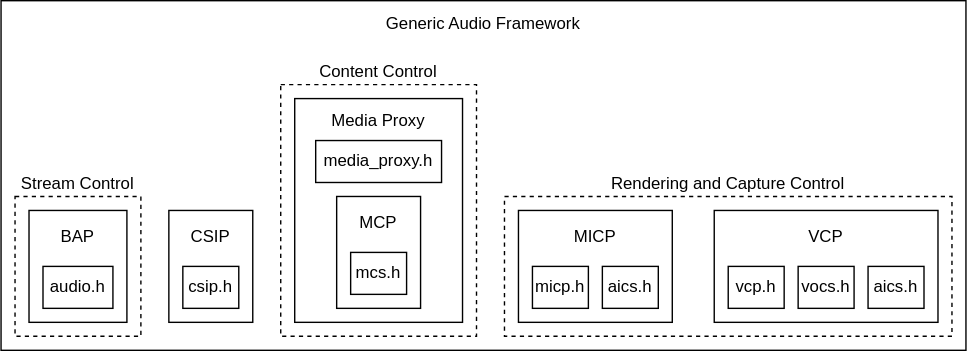
The draw.io diagram doc/connectivity/bluetooth/img/zephyr_gaf.svg in phytec/zephyr-phytec, before a commit. Source tidied: cells renumbered, new cells last; positions are measured from the earlier drawing's top-left corner, leaving out a move shared by most shapes. The source it was exported from:
```xml
<mxGraphModel>
  <root>
    <mxCell id="0" />
    <mxCell id="1" parent="0" />
    <mxCell id="2" value="Generic Audio Framework&lt;br&gt;&lt;br&gt;&lt;br&gt;&lt;br&gt;&lt;br&gt;&lt;br&gt;&lt;br&gt;&lt;br&gt;&lt;br&gt;&lt;br&gt;&lt;br&gt;&lt;br&gt;&lt;br&gt;&lt;br&gt;&lt;br&gt;&lt;br&gt;" style="rounded=0;whiteSpace=wrap;html=1;labelPosition=center;verticalLabelPosition=middle;align=center;verticalAlign=middle;fillColor=default;" parent="1" vertex="1">
      <mxGeometry width="690" height="250" as="geometry" />
    </mxCell>
    <mxCell id="3" value="Content Control" style="rounded=0;whiteSpace=wrap;html=1;labelPosition=center;verticalLabelPosition=top;align=center;verticalAlign=bottom;dashed=1;fillColor=none;" parent="1" vertex="1">
      <mxGeometry x="200" y="60" width="140" height="180" as="geometry" />
    </mxCell>
    <mxCell id="4" value="Media Proxy&lt;br&gt;&lt;br&gt;&lt;br&gt;&lt;br&gt;&lt;br&gt;&amp;nbsp;&lt;br&gt;&lt;br&gt;&lt;br&gt;&lt;br&gt;&amp;nbsp;" style="rounded=0;whiteSpace=wrap;html=1;" parent="1" vertex="1">
      <mxGeometry x="210" y="70" width="120" height="160" as="geometry" />
    </mxCell>
    <mxCell id="5" value="Stream Control" style="rounded=0;whiteSpace=wrap;html=1;labelPosition=center;verticalLabelPosition=top;align=center;verticalAlign=bottom;dashed=1;fillColor=none;" parent="1" vertex="1">
      <mxGeometry x="10" y="140" width="90" height="100" as="geometry" />
    </mxCell>
    <mxCell id="6" value="Rendering and Capture Control" style="rounded=0;whiteSpace=wrap;html=1;labelPosition=center;verticalLabelPosition=top;align=center;verticalAlign=bottom;dashed=1;fillColor=none;" parent="1" vertex="1">
      <mxGeometry x="360" y="140" width="320" height="100" as="geometry" />
    </mxCell>
    <mxCell id="7" value="BAP&lt;br&gt;&lt;br&gt;&lt;br&gt;&lt;br&gt;" style="rounded=0;whiteSpace=wrap;html=1;" parent="1" vertex="1">
      <mxGeometry x="20" y="150" width="70" height="80" as="geometry" />
    </mxCell>
    <mxCell id="8" value="audio.h" style="rounded=0;whiteSpace=wrap;html=1;" parent="1" vertex="1">
      <mxGeometry x="30" y="190" width="50" height="30" as="geometry" />
    </mxCell>
    <mxCell id="9" value="MCP&lt;br&gt;&lt;br&gt;&lt;br&gt;&amp;nbsp;" style="rounded=0;whiteSpace=wrap;html=1;" parent="1" vertex="1">
      <mxGeometry x="240" y="140" width="60" height="80" as="geometry" />
    </mxCell>
    <mxCell id="10" value="mcs.h" style="rounded=0;whiteSpace=wrap;html=1;" parent="1" vertex="1">
      <mxGeometry x="250" y="180" width="40" height="30" as="geometry" />
    </mxCell>
    <mxCell id="11" value="CSIP&lt;br&gt;&lt;br&gt;&lt;br&gt;&amp;nbsp;" style="rounded=0;whiteSpace=wrap;html=1;" parent="1" vertex="1">
      <mxGeometry x="120" y="150" width="60" height="80" as="geometry" />
    </mxCell>
    <mxCell id="12" value="csis.h" style="rounded=0;whiteSpace=wrap;html=1;" parent="1" vertex="1">
      <mxGeometry x="130" y="190" width="40" height="30" as="geometry" />
    </mxCell>
    <mxCell id="13" value="MICP&lt;br&gt;&lt;br&gt;&lt;br&gt;&amp;nbsp;" style="rounded=0;whiteSpace=wrap;html=1;" parent="1" vertex="1">
      <mxGeometry x="370" y="150" width="110" height="80" as="geometry" />
    </mxCell>
    <mxCell id="14" value="mics.h" style="rounded=0;whiteSpace=wrap;html=1;" parent="1" vertex="1">
      <mxGeometry x="380" y="190" width="40" height="30" as="geometry" />
    </mxCell>
    <mxCell id="15" value="VCP&lt;br&gt;&lt;br&gt;&lt;br&gt;&amp;nbsp;" style="rounded=0;whiteSpace=wrap;html=1;" parent="1" vertex="1">
      <mxGeometry x="510" y="150" width="160" height="80" as="geometry" />
    </mxCell>
    <mxCell id="16" value="vcs.h" style="rounded=0;whiteSpace=wrap;html=1;" parent="1" vertex="1">
      <mxGeometry x="520" y="190" width="40" height="30" as="geometry" />
    </mxCell>
    <mxCell id="17" value="vocs.h" style="rounded=0;whiteSpace=wrap;html=1;" parent="1" vertex="1">
      <mxGeometry x="570" y="190" width="40" height="30" as="geometry" />
    </mxCell>
    <mxCell id="18" value="aics.h" style="rounded=0;whiteSpace=wrap;html=1;" parent="1" vertex="1">
      <mxGeometry x="620" y="190" width="40" height="30" as="geometry" />
    </mxCell>
    <mxCell id="19" value="aics.h" style="rounded=0;whiteSpace=wrap;html=1;" parent="1" vertex="1">
      <mxGeometry x="430" y="190" width="40" height="30" as="geometry" />
    </mxCell>
    <mxCell id="20" value="media_proxy.h" style="rounded=0;whiteSpace=wrap;html=1;" parent="1" vertex="1">
      <mxGeometry x="225" y="100" width="90" height="30" as="geometry" />
    </mxCell>
  </root>
</mxGraphModel>
```
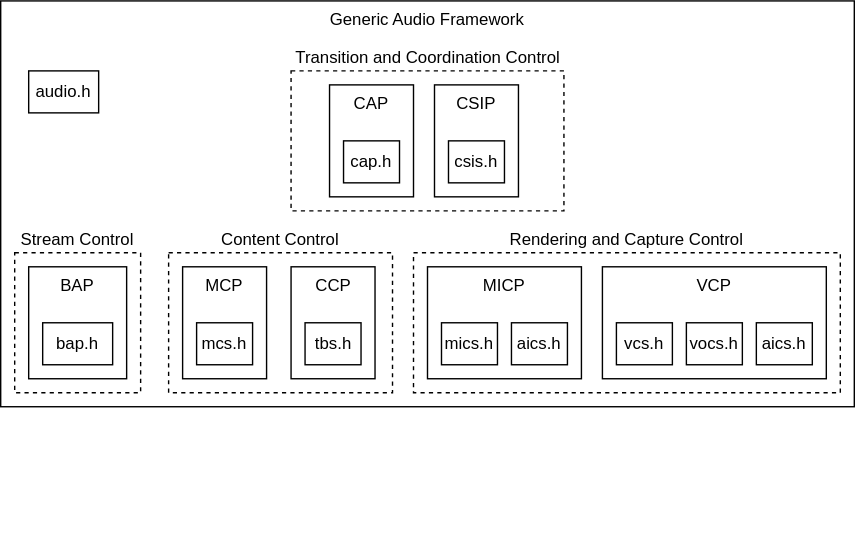
Above is the later version.

What changed in the source:
```diff
@@ -2,46 +2,37 @@
   <root>
     <mxCell id="0" />
     <mxCell id="1" parent="0" />
-    <mxCell id="2" value="Generic Audio Framework&lt;br&gt;&lt;br&gt;&lt;br&gt;&lt;br&gt;&lt;br&gt;&lt;br&gt;&lt;br&gt;&lt;br&gt;&lt;br&gt;&lt;br&gt;&lt;br&gt;&lt;br&gt;&lt;br&gt;&lt;br&gt;&lt;br&gt;&lt;br&gt;" style="rounded=0;whiteSpace=wrap;html=1;labelPosition=center;verticalLabelPosition=middle;align=center;verticalAlign=middle;fillColor=default;" parent="1" vertex="1">
-      <mxGeometry width="690" height="250" as="geometry" />
+    <mxCell id="2" value="Generic Audio Framework&lt;br&gt;&lt;br&gt;&lt;br&gt;&lt;br&gt;&lt;br&gt;&lt;br&gt;&lt;br&gt;&lt;br&gt;&lt;br&gt;&lt;br&gt;&lt;br&gt;&lt;br&gt;&lt;br&gt;&lt;br&gt;&lt;br&gt;&lt;br&gt;&lt;br&gt;&lt;br&gt;&lt;br&gt;&lt;br&gt;&lt;br&gt;&lt;br&gt;&lt;br&gt;&lt;br&gt;&lt;br&gt;&lt;br&gt;" style="rounded=0;whiteSpace=wrap;html=1;labelPosition=center;verticalLabelPosition=middle;align=center;verticalAlign=top;fillColor=default;" parent="1" vertex="1">
+      <mxGeometry x="80" y="-40" width="610" height="290" as="geometry" />
     </mxCell>
     <mxCell id="3" value="Content Control" style="rounded=0;whiteSpace=wrap;html=1;labelPosition=center;verticalLabelPosition=top;align=center;verticalAlign=bottom;dashed=1;fillColor=none;" parent="1" vertex="1">
-      <mxGeometry x="200" y="60" width="140" height="180" as="geometry" />
+      <mxGeometry x="200" y="140" width="160" height="100" as="geometry" />
     </mxCell>
-    <mxCell id="4" value="Media Proxy&lt;br&gt;&lt;br&gt;&lt;br&gt;&lt;br&gt;&lt;br&gt;&amp;nbsp;&lt;br&gt;&lt;br&gt;&lt;br&gt;&lt;br&gt;&amp;nbsp;" style="rounded=0;whiteSpace=wrap;html=1;" parent="1" vertex="1">
-      <mxGeometry x="210" y="70" width="120" height="160" as="geometry" />
-    </mxCell>
     <mxCell id="5" value="Stream Control" style="rounded=0;whiteSpace=wrap;html=1;labelPosition=center;verticalLabelPosition=top;align=center;verticalAlign=bottom;dashed=1;fillColor=none;" parent="1" vertex="1">
-      <mxGeometry x="10" y="140" width="90" height="100" as="geometry" />
+      <mxGeometry x="90" y="140" width="90" height="100" as="geometry" />
     </mxCell>
     <mxCell id="6" value="Rendering and Capture Control" style="rounded=0;whiteSpace=wrap;html=1;labelPosition=center;verticalLabelPosition=top;align=center;verticalAlign=bottom;dashed=1;fillColor=none;" parent="1" vertex="1">
-      <mxGeometry x="360" y="140" width="320" height="100" as="geometry" />
+      <mxGeometry x="375" y="140" width="305" height="100" as="geometry" />
     </mxCell>
-    <mxCell id="7" value="BAP&lt;br&gt;&lt;br&gt;&lt;br&gt;&lt;br&gt;" style="rounded=0;whiteSpace=wrap;html=1;" parent="1" vertex="1">
-      <mxGeometry x="20" y="150" width="70" height="80" as="geometry" />
+    <mxCell id="7" value="BAP&lt;br&gt;&lt;br&gt;&lt;br&gt;&lt;br&gt;" style="rounded=0;whiteSpace=wrap;html=1;verticalAlign=top;" parent="1" vertex="1">
+      <mxGeometry x="100" y="150" width="70" height="80" as="geometry" />
     </mxCell>
-    <mxCell id="8" value="audio.h" style="rounded=0;whiteSpace=wrap;html=1;" parent="1" vertex="1">
-      <mxGeometry x="30" y="190" width="50" height="30" as="geometry" />
+    <mxCell id="8" value="bap.h" style="rounded=0;whiteSpace=wrap;html=1;" parent="1" vertex="1">
+      <mxGeometry x="110" y="190" width="50" height="30" as="geometry" />
     </mxCell>
-    <mxCell id="9" value="MCP&lt;br&gt;&lt;br&gt;&lt;br&gt;&amp;nbsp;" style="rounded=0;whiteSpace=wrap;html=1;" parent="1" vertex="1">
-      <mxGeometry x="240" y="140" width="60" height="80" as="geometry" />
+    <mxCell id="9" value="MCP&lt;br&gt;&lt;br&gt;&lt;br&gt;&amp;nbsp;" style="rounded=0;whiteSpace=wrap;html=1;verticalAlign=top;" parent="1" vertex="1">
+      <mxGeometry x="210" y="150" width="60" height="80" as="geometry" />
     </mxCell>
     <mxCell id="10" value="mcs.h" style="rounded=0;whiteSpace=wrap;html=1;" parent="1" vertex="1">
-      <mxGeometry x="250" y="180" width="40" height="30" as="geometry" />
+      <mxGeometry x="220" y="190" width="40" height="30" as="geometry" />
     </mxCell>
-    <mxCell id="11" value="CSIP&lt;br&gt;&lt;br&gt;&lt;br&gt;&amp;nbsp;" style="rounded=0;whiteSpace=wrap;html=1;" parent="1" vertex="1">
-      <mxGeometry x="120" y="150" width="60" height="80" as="geometry" />
-    </mxCell>
-    <mxCell id="12" value="csis.h" style="rounded=0;whiteSpace=wrap;html=1;" parent="1" vertex="1">
-      <mxGeometry x="130" y="190" width="40" height="30" as="geometry" />
-    </mxCell>
-    <mxCell id="13" value="MICP&lt;br&gt;&lt;br&gt;&lt;br&gt;&amp;nbsp;" style="rounded=0;whiteSpace=wrap;html=1;" parent="1" vertex="1">
-      <mxGeometry x="370" y="150" width="110" height="80" as="geometry" />
+    <mxCell id="13" value="MICP&lt;br&gt;&lt;br&gt;&lt;br&gt;&amp;nbsp;" style="rounded=0;whiteSpace=wrap;html=1;verticalAlign=top;" parent="1" vertex="1">
+      <mxGeometry x="385" y="150" width="110" height="80" as="geometry" />
     </mxCell>
     <mxCell id="14" value="mics.h" style="rounded=0;whiteSpace=wrap;html=1;" parent="1" vertex="1">
-      <mxGeometry x="380" y="190" width="40" height="30" as="geometry" />
+      <mxGeometry x="395" y="190" width="40" height="30" as="geometry" />
     </mxCell>
-    <mxCell id="15" value="VCP&lt;br&gt;&lt;br&gt;&lt;br&gt;&amp;nbsp;" style="rounded=0;whiteSpace=wrap;html=1;" parent="1" vertex="1">
+    <mxCell id="15" value="VCP&lt;br&gt;&lt;br&gt;&lt;br&gt;&amp;nbsp;" style="rounded=0;whiteSpace=wrap;html=1;verticalAlign=top;" parent="1" vertex="1">
       <mxGeometry x="510" y="150" width="160" height="80" as="geometry" />
     </mxCell>
     <mxCell id="16" value="vcs.h" style="rounded=0;whiteSpace=wrap;html=1;" parent="1" vertex="1">
@@ -54,10 +45,31 @@
       <mxGeometry x="620" y="190" width="40" height="30" as="geometry" />
     </mxCell>
     <mxCell id="19" value="aics.h" style="rounded=0;whiteSpace=wrap;html=1;" parent="1" vertex="1">
-      <mxGeometry x="430" y="190" width="40" height="30" as="geometry" />
+      <mxGeometry x="445" y="190" width="40" height="30" as="geometry" />
     </mxCell>
-    <mxCell id="20" value="media_proxy.h" style="rounded=0;whiteSpace=wrap;html=1;" parent="1" vertex="1">
-      <mxGeometry x="225" y="100" width="90" height="30" as="geometry" />
-    </mxCell>
+    <mxCell id="21" value="Transition and Coordination Control" style="rounded=0;whiteSpace=wrap;html=1;labelPosition=center;verticalLabelPosition=top;align=center;verticalAlign=bottom;dashed=1;fillColor=none;" parent="1" vertex="1">
+      <mxGeometry x="287.5" y="10" width="195" height="100" as="geometry" />
+    </mxCell>
+    <mxCell id="22" value="CAP" style="rounded=0;whiteSpace=wrap;html=1;verticalAlign=top;" parent="1" vertex="1">
+      <mxGeometry x="315" y="20" width="60" height="80" as="geometry" />
+    </mxCell>
+    <mxCell id="23" value="cap.h" style="rounded=0;whiteSpace=wrap;html=1;" parent="1" vertex="1">
+      <mxGeometry x="325" y="60" width="40" height="30" as="geometry" />
+    </mxCell>
+    <mxCell id="11" value="CSIP&lt;br&gt;&lt;br&gt;&lt;br&gt;&amp;nbsp;" style="rounded=0;whiteSpace=wrap;html=1;verticalAlign=top;" parent="1" vertex="1">
+      <mxGeometry x="390" y="20" width="60" height="80" as="geometry" />
+    </mxCell>
+    <mxCell id="12" value="csis.h" style="rounded=0;whiteSpace=wrap;html=1;" parent="1" vertex="1">
+      <mxGeometry x="400" y="60" width="40" height="30" as="geometry" />
+    </mxCell>
+    <mxCell id="24" value="CCP" style="rounded=0;whiteSpace=wrap;html=1;verticalAlign=top;" parent="1" vertex="1">
+      <mxGeometry x="287.5" y="150" width="60" height="80" as="geometry" />
+    </mxCell>
+    <mxCell id="25" value="tbs.h" style="rounded=0;whiteSpace=wrap;html=1;" parent="1" vertex="1">
+      <mxGeometry x="297.5" y="190" width="40" height="30" as="geometry" />
+    </mxCell>
+    <mxCell id="26" value="audio.h" style="rounded=0;whiteSpace=wrap;html=1;" parent="1" vertex="1">
+      <mxGeometry x="100" y="10" width="50" height="30" as="geometry" />
+    </mxCell>
   </root>
 </mxGraphModel>
```
